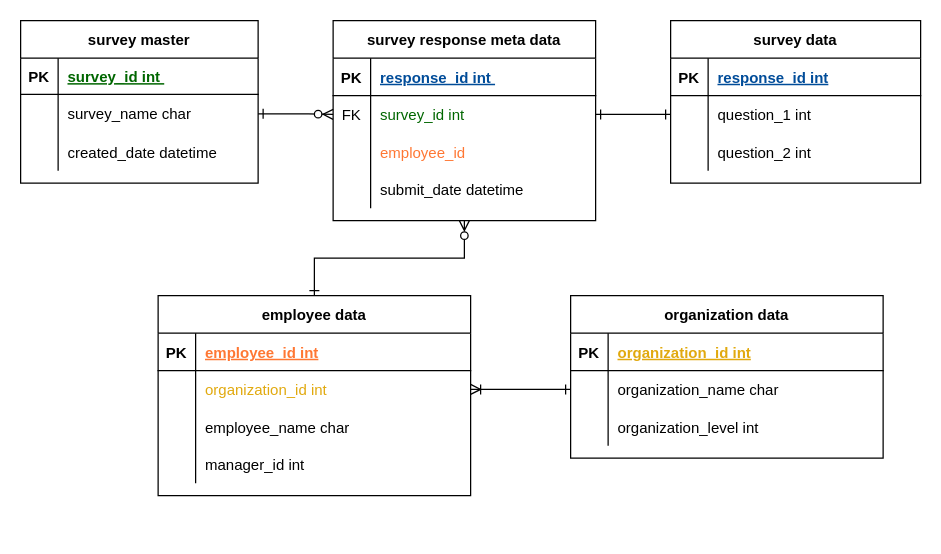
tiffley/openCV keeps this draw.io diagram as BI_projects/GHR1on1/GHR_1on1_ER.drawio. Above is the earlier version. Source tidied: cells renumbered, new cells numbered last; positions are measured from the earlier drawing's top-left corner, leaving out a move shared by most shapes. Both pictures are drawn from the tidied source at 125%, with x=0, y=0 at pixel (20, 20).
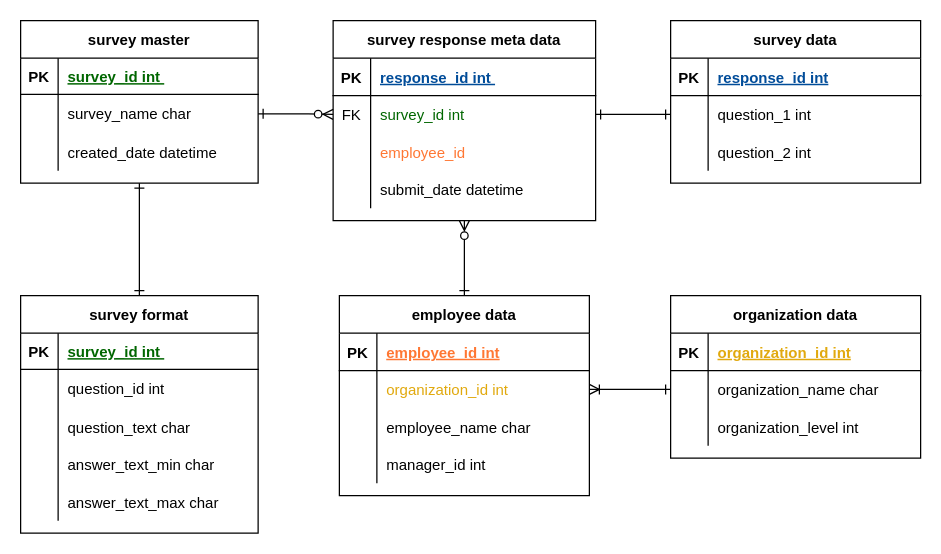
Above is the later version.

Unchanged cells that the change refers to:
```xml
<mxCell id="27" value="survey master" style="shape=table;startSize=30;childLayout=tableLayout;rowLines=0;fontStyle=1;align=center;" parent="1" vertex="1">
  <mxGeometry width="190" height="130" as="geometry" />
</mxCell>
```

Diff of the diagram source:
```diff
@@
+    <mxCell id="62" style="edgeStyle=orthogonalEdgeStyle;rounded=0;jettySize=auto;html=1;entryX=0.5;entryY=0;entryDx=0;entryDy=0;startArrow=ERone;startFill=0;endArrow=ERone;endFill=0;" parent="1" edge="1" source="27" target="63">
+      <mxGeometry relative="1" as="geometry" />
+    </mxCell>
@@
     <mxCell id="37" value="organization data" style="shape=table;startSize=30;childLayout=tableLayout;rowLines=0;fontStyle=1;align=center;" parent="1" vertex="1">
-      <mxGeometry x="440" y="220" width="250" height="130" as="geometry" />
+      <mxGeometry x="520" y="220" width="200" height="130" as="geometry" />
     </mxCell>
     <mxCell id="38" style="shape=partialRectangle;fillColor=none;top=0;left=0;right=0;bottom=1;" parent="37" vertex="1">
-      <mxGeometry y="30" width="250" height="30" as="geometry" />
+      <mxGeometry y="30" width="200" height="30" as="geometry" />
     </mxCell>
@@
     <mxCell id="40" value="organization_id int" style="shape=partialRectangle;overflow=hidden;fillColor=none;top=0;left=0;bottom=0;right=0;align=left;spacingLeft=6;fontStyle=5;strokeColor=#E1A90E;fontColor=#E1A90E;" parent="38" vertex="1">
-      <mxGeometry x="30" width="220" height="30" as="geometry" />
+      <mxGeometry x="30" width="170" height="30" as="geometry" />
     </mxCell>
     <mxCell id="41" style="shape=partialRectangle;fillColor=none;points=[[0,0.5],[1,0.5]];portConstraint=eastwest;top=0;left=0;right=0;bottom=0;" parent="37" vertex="1">
-      <mxGeometry y="60" width="250" height="30" as="geometry" />
+      <mxGeometry y="60" width="200" height="30" as="geometry" />
     </mxCell>
@@
     <mxCell id="43" value="organization_name char" style="shape=partialRectangle;overflow=hidden;fillColor=none;top=0;left=0;bottom=0;right=0;align=left;spacingLeft=6;" parent="41" vertex="1">
-      <mxGeometry x="30" width="220" height="30" as="geometry" />
+      <mxGeometry x="30" width="170" height="30" as="geometry" />
     </mxCell>
     <mxCell id="44" style="shape=partialRectangle;fillColor=none;top=0;left=0;right=0;bottom=0;" parent="37" vertex="1">
-      <mxGeometry y="90" width="250" height="30" as="geometry" />
+      <mxGeometry y="90" width="200" height="30" as="geometry" />
     </mxCell>
@@
     <mxCell id="46" value="organization_level int" style="shape=partialRectangle;overflow=hidden;fillColor=none;top=0;left=0;bottom=0;right=0;align=left;spacingLeft=6;" parent="44" vertex="1">
-      <mxGeometry x="30" width="220" height="30" as="geometry" />
+      <mxGeometry x="30" width="170" height="30" as="geometry" />
     </mxCell>
     <mxCell id="47" value="employee data" style="shape=table;startSize=30;childLayout=tableLayout;rowLines=0;fontStyle=1;align=center;" parent="1" vertex="1">
-      <mxGeometry x="110" y="220" width="250" height="160" as="geometry" />
+      <mxGeometry x="255" y="220" width="200" height="160" as="geometry" />
     </mxCell>
     <mxCell id="48" style="shape=partialRectangle;fillColor=none;top=0;left=0;right=0;bottom=1;" parent="47" vertex="1">
-      <mxGeometry y="30" width="250" height="30" as="geometry" />
+      <mxGeometry y="30" width="200" height="30" as="geometry" />
     </mxCell>
@@
     <mxCell id="50" value="employee_id int" style="shape=partialRectangle;overflow=hidden;fillColor=none;top=0;left=0;bottom=0;right=0;align=left;spacingLeft=6;fontStyle=5;fontColor=#FF7733;" parent="48" vertex="1">
-      <mxGeometry x="30" width="220" height="30" as="geometry" />
+      <mxGeometry x="30" width="170" height="30" as="geometry" />
     </mxCell>
     <mxCell id="51" style="shape=partialRectangle;fillColor=none;points=[[0,0.5],[1,0.5]];portConstraint=eastwest;top=0;left=0;right=0;bottom=0;" parent="47" vertex="1">
-      <mxGeometry y="60" width="250" height="30" as="geometry" />
+      <mxGeometry y="60" width="200" height="30" as="geometry" />
     </mxCell>
@@
     <mxCell id="53" value="organization_id int" style="shape=partialRectangle;overflow=hidden;fillColor=none;top=0;left=0;bottom=0;right=0;align=left;spacingLeft=6;fontColor=#E1A90E;" parent="51" vertex="1">
-      <mxGeometry x="30" width="220" height="30" as="geometry" />
+      <mxGeometry x="30" width="170" height="30" as="geometry" />
     </mxCell>
     <mxCell id="54" style="shape=partialRectangle;fillColor=none;top=0;left=0;right=0;bottom=0;" parent="47" vertex="1">
-      <mxGeometry y="90" width="250" height="30" as="geometry" />
+      <mxGeometry y="90" width="200" height="30" as="geometry" />
     </mxCell>
@@
     <mxCell id="56" value="employee_name char" style="shape=partialRectangle;overflow=hidden;fillColor=none;top=0;left=0;bottom=0;right=0;align=left;spacingLeft=6;" parent="54" vertex="1">
-      <mxGeometry x="30" width="220" height="30" as="geometry" />
+      <mxGeometry x="30" width="170" height="30" as="geometry" />
     </mxCell>
     <mxCell id="57" style="shape=partialRectangle;fillColor=none;top=0;left=0;right=0;bottom=0;" parent="47" vertex="1">
-      <mxGeometry y="120" width="250" height="30" as="geometry" />
+      <mxGeometry y="120" width="200" height="30" as="geometry" />
     </mxCell>
@@
     <mxCell id="59" value="manager_id int" style="shape=partialRectangle;overflow=hidden;fillColor=none;top=0;left=0;bottom=0;right=0;align=left;spacingLeft=6;" parent="57" vertex="1">
-      <mxGeometry x="30" width="220" height="30" as="geometry" />
+      <mxGeometry x="30" width="170" height="30" as="geometry" />
     </mxCell>
@@
+    <mxCell id="63" value="survey format" style="shape=table;startSize=30;childLayout=tableLayout;rowLines=0;fontStyle=1;align=center;" parent="1" vertex="1">
+      <mxGeometry y="220" width="190" height="190" as="geometry" />
+    </mxCell>
+    <mxCell id="64" style="shape=partialRectangle;fillColor=none;top=0;left=0;right=0;bottom=1;" parent="63" vertex="1">
+      <mxGeometry y="30" width="190" height="29" as="geometry" />
+    </mxCell>
+    <mxCell id="65" value="PK" style="shape=partialRectangle;overflow=hidden;fillColor=none;top=0;left=0;bottom=0;right=0;fontStyle=1;" parent="64" vertex="1">
+      <mxGeometry width="30" height="29" as="geometry" />
+    </mxCell>
+    <mxCell id="66" value="survey_id int " style="shape=partialRectangle;overflow=hidden;fillColor=none;top=0;left=0;bottom=0;right=0;align=left;spacingLeft=6;fontStyle=5;strokeColor=#006600;fontColor=#006600;" parent="64" vertex="1">
+      <mxGeometry x="30" width="160" height="29" as="geometry" />
+    </mxCell>
+    <mxCell id="67" style="shape=partialRectangle;fillColor=none;top=0;left=0;right=0;bottom=0;" parent="63" vertex="1">
+      <mxGeometry y="59" width="190" height="31" as="geometry" />
+    </mxCell>
+    <mxCell id="68" style="shape=partialRectangle;overflow=hidden;fillColor=none;top=0;left=0;bottom=0;right=0;" parent="67" vertex="1">
+      <mxGeometry width="30" height="31" as="geometry" />
+    </mxCell>
+    <mxCell id="69" value="question_id int " style="shape=partialRectangle;overflow=hidden;fillColor=none;top=0;left=0;bottom=0;right=0;align=left;spacingLeft=6;" parent="67" vertex="1">
+      <mxGeometry x="30" width="160" height="31" as="geometry" />
+    </mxCell>
+    <mxCell id="70" style="shape=partialRectangle;fillColor=none;top=0;left=0;right=0;bottom=0;" parent="63" vertex="1">
+      <mxGeometry y="90" width="190" height="30" as="geometry" />
+    </mxCell>
+    <mxCell id="71" style="shape=partialRectangle;overflow=hidden;fillColor=none;top=0;left=0;bottom=0;right=0;" parent="70" vertex="1">
+      <mxGeometry width="30" height="30" as="geometry" />
+    </mxCell>
+    <mxCell id="72" value="question_text char " style="shape=partialRectangle;overflow=hidden;fillColor=none;top=0;left=0;bottom=0;right=0;align=left;spacingLeft=6;" parent="70" vertex="1">
+      <mxGeometry x="30" width="160" height="30" as="geometry" />
+    </mxCell>
+    <mxCell id="73" style="shape=partialRectangle;fillColor=none;top=0;left=0;right=0;bottom=0;" parent="63" vertex="1">
+      <mxGeometry y="120" width="190" height="30" as="geometry" />
+    </mxCell>
+    <mxCell id="74" style="shape=partialRectangle;overflow=hidden;fillColor=none;top=0;left=0;bottom=0;right=0;" parent="73" vertex="1">
+      <mxGeometry width="30" height="30" as="geometry" />
+    </mxCell>
+    <mxCell id="75" value="answer_text_min char" style="shape=partialRectangle;overflow=hidden;fillColor=none;top=0;left=0;bottom=0;right=0;align=left;spacingLeft=6;" parent="73" vertex="1">
+      <mxGeometry x="30" width="160" height="30" as="geometry" />
+    </mxCell>
+    <mxCell id="76" style="shape=partialRectangle;fillColor=none;top=0;left=0;right=0;bottom=0;" parent="63" vertex="1">
+      <mxGeometry y="150" width="190" height="30" as="geometry" />
+    </mxCell>
+    <mxCell id="77" style="shape=partialRectangle;overflow=hidden;fillColor=none;top=0;left=0;bottom=0;right=0;" parent="76" vertex="1">
+      <mxGeometry width="30" height="30" as="geometry" />
+    </mxCell>
+    <mxCell id="78" value="answer_text_max char" style="shape=partialRectangle;overflow=hidden;fillColor=none;top=0;left=0;bottom=0;right=0;align=left;spacingLeft=6;" parent="76" vertex="1">
+      <mxGeometry x="30" width="160" height="30" as="geometry" />
+    </mxCell>
```
